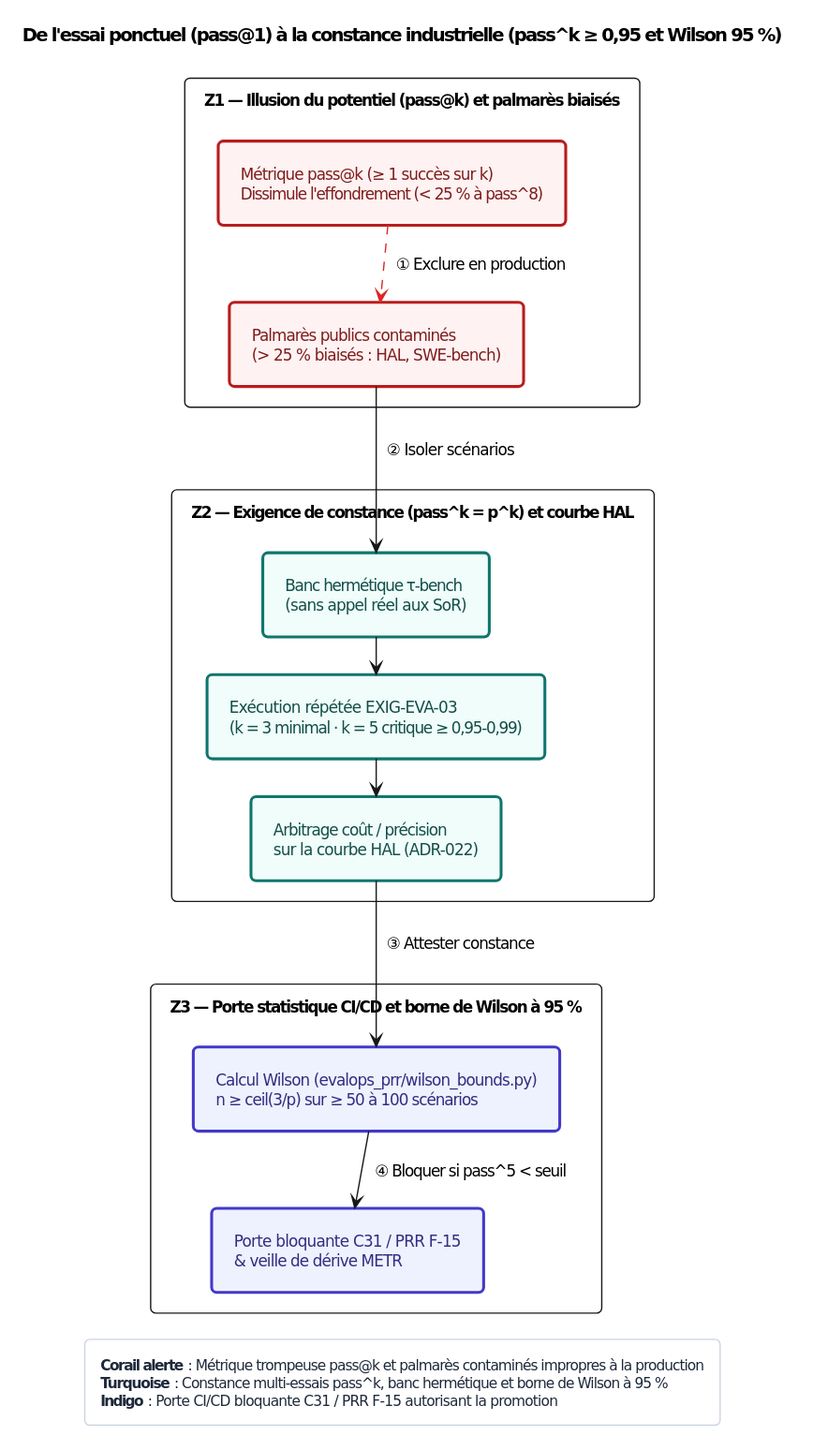
The PlantUML diagram Compendium/ouvrage/schemas/rendus/SCH-02-03.svg in agbruneau/Agentique, before a commit. Its diagram source:
```plantuml
@startuml
<style>
document { BackgroundColor #FFFFFF; }
.det { BackgroundColor #EBF2F7; LineColor #1B4F72; LineThickness 2.2; FontColor #0F2942; }
.blue { BackgroundColor #EFF6FF; LineColor #1D4ED8; LineThickness 2.2; FontColor #1E3A8A; }
.prob { BackgroundColor #FFF5E0; LineColor #D97706; LineThickness 2.0; LineStyle 5; FontColor #451A03; }
.amber { BackgroundColor #FFFBEB; LineColor #B45309; LineThickness 2.0; FontColor #451A03; }
.green { BackgroundColor #ECFDF5; LineColor #047857; LineThickness 2.2; FontColor #064E3B; }
.teal { BackgroundColor #F0FDFA; LineColor #0F766E; LineThickness 2.2; FontColor #134E4A; }
.red { BackgroundColor #FEF2F2; LineColor #B91C1C; LineThickness 2.2; FontColor #7F1D1D; }
.purple { BackgroundColor #F5F3FF; LineColor #6D28D9; LineThickness 2.2; FontColor #4C1D95; }
.indigo { BackgroundColor #EEF2FF; LineColor #4338CA; LineThickness 2.2; FontColor #312E81; }
.gray { BackgroundColor #F1F5F9; LineColor #475569; LineThickness 1.8; FontColor #1E293B; }
package { BackgroundColor #F8FAFC; LineColor #64748B; LineThickness 1.2; FontColor #334155; }
legend { BackgroundColor #FFFFFF; LineColor #CBD5E1; FontColor #1E293B; FontSize 11; }
</style>
hide stereotype
skinparam defaultFontName "DejaVu Sans"
skinparam defaultFontSize 12
skinparam shadowing false
skinparam roundcorner 8
skinparam packageStyle rectangle
skinparam nodesep 22
skinparam ranksep 28
skinparam padding 7

top to bottom direction
title De l'essai ponctuel (pass@1) à la constance industrielle (pass^k ≥ 0,95 et Wilson 95 %)

package "Z1 — Illusion du potentiel (pass@k) et palmarès biaisés" {
  rectangle "Métrique pass@k (≥ 1 succès sur k)\nDissimule l'effondrement (< 25 % à pass^8)" as N1 <<red>>
  rectangle "Palmarès publics contaminés\n(> 25 % biaisés : HAL, SWE-bench)" as N2 <<red>>
  N1 .[#DC2626].> N2 : ① Exclure en production
}

package "Z2 — Exigence de constance (pass^k = p^k) et courbe HAL" {
  rectangle "Banc hermétique τ-bench\n(sans appel réel aux SoR)" as N3 <<teal>>
  rectangle "Exécution répétée EXIG-EVA-03\n(k = 3 minimal · k = 5 critique ≥ 0,95-0,99)" as N4 <<teal>>
  rectangle "Arbitrage coût / précision\nsur la courbe HAL (ADR-022)" as N5 <<teal>>
  N2 --> N3 : ② Isoler scénarios
  N3 --> N4
  N4 --> N5
}

package "Z3 — Porte statistique CI/CD et borne de Wilson à 95 %" {
  rectangle "Calcul Wilson (evalops_prr/wilson_bounds.py)\nn ≥ ceil(3/p) sur ≥ 50 à 100 scénarios" as N6 <<indigo>>
  rectangle "Porte bloquante C31 / PRR F-15\n& veille de dérive METR" as N7 <<indigo>>
  N5 --> N6 : ③ Attester constance
  N6 --> N7 : ④ Bloquer si pass^5 < seuil
}

legend bottom
  **Corail alerte** : Métrique trompeuse pass@k et palmarès contaminés impropres à la production
  **Turquoise** : Constance multi-essais pass^k, banc hermétique et borne de Wilson à 95 %
  **Indigo** : Porte CI/CD bloquante C31 / PRR F-15 autorisant la promotion
end legend
@enduml
```
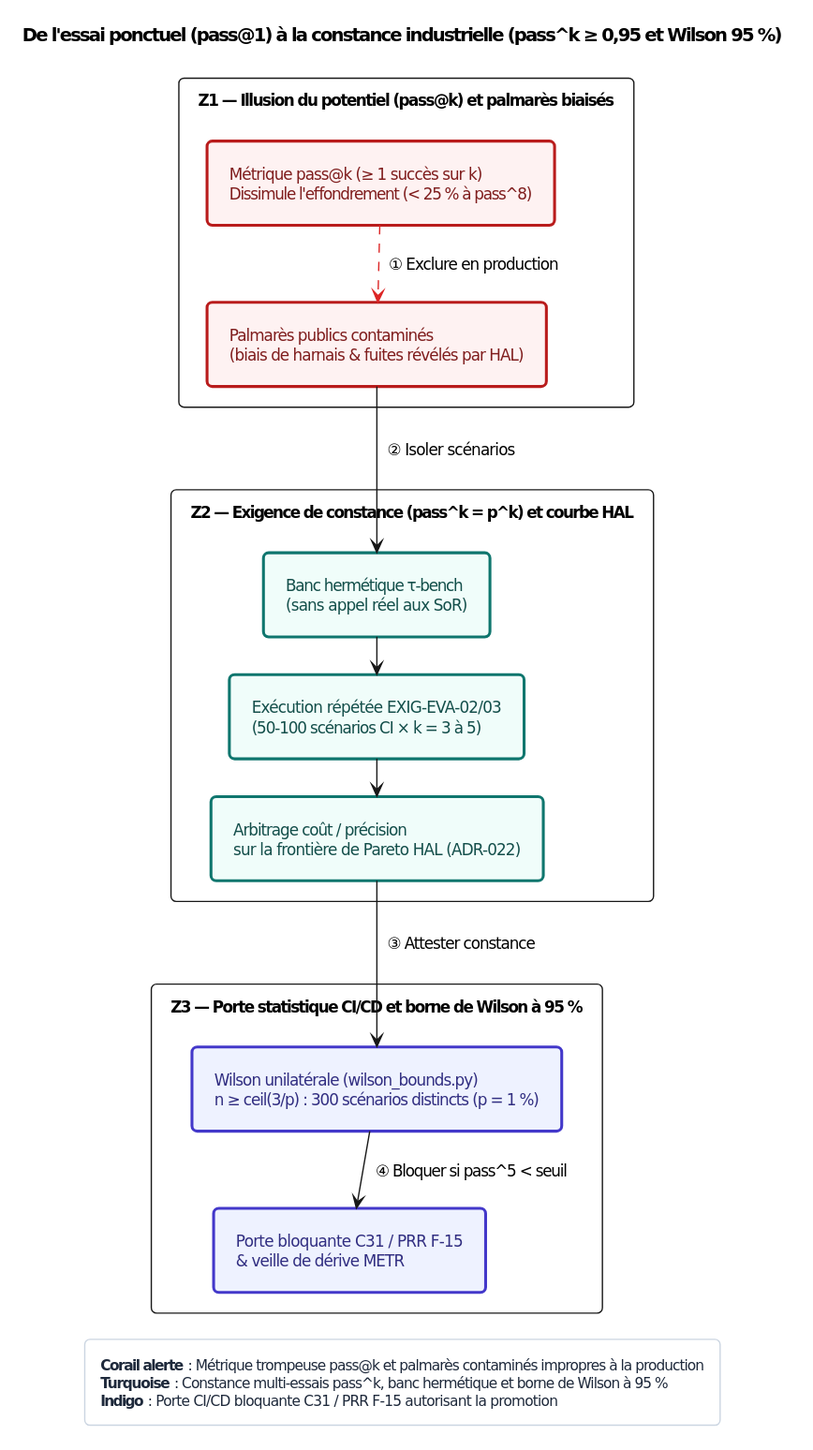
The same file after the commit.

Change to the diagram source:
```diff
@@ -29,21 +29,21 @@
 
 package "Z1 — Illusion du potentiel (pass@k) et palmarès biaisés" {
   rectangle "Métrique pass@k (≥ 1 succès sur k)\nDissimule l'effondrement (< 25 % à pass^8)" as N1 <<red>>
-  rectangle "Palmarès publics contaminés\n(> 25 % biaisés : HAL, SWE-bench)" as N2 <<red>>
+  rectangle "Palmarès publics contaminés\n(biais de harnais & fuites révélés par HAL)" as N2 <<red>>
   N1 .[#DC2626].> N2 : ① Exclure en production
 }
 
 package "Z2 — Exigence de constance (pass^k = p^k) et courbe HAL" {
   rectangle "Banc hermétique τ-bench\n(sans appel réel aux SoR)" as N3 <<teal>>
-  rectangle "Exécution répétée EXIG-EVA-03\n(k = 3 minimal · k = 5 critique ≥ 0,95-0,99)" as N4 <<teal>>
-  rectangle "Arbitrage coût / précision\nsur la courbe HAL (ADR-022)" as N5 <<teal>>
+  rectangle "Exécution répétée EXIG-EVA-02/03\n(50-100 scénarios CI × k = 3 à 5)" as N4 <<teal>>
+  rectangle "Arbitrage coût / précision\nsur la frontière de Pareto HAL (ADR-022)" as N5 <<teal>>
   N2 --> N3 : ② Isoler scénarios
   N3 --> N4
   N4 --> N5
 }
 
 package "Z3 — Porte statistique CI/CD et borne de Wilson à 95 %" {
-  rectangle "Calcul Wilson (evalops_prr/wilson_bounds.py)\nn ≥ ceil(3/p) sur ≥ 50 à 100 scénarios" as N6 <<indigo>>
+  rectangle "Wilson unilatérale (wilson_bounds.py)\nn ≥ ceil(3/p) : 300 scénarios distincts (p = 1 %)" as N6 <<indigo>>
   rectangle "Porte bloquante C31 / PRR F-15\n& veille de dérive METR" as N7 <<indigo>>
   N5 --> N6 : ③ Attester constance
   N6 --> N7 : ④ Bloquer si pass^5 < seuil
```
